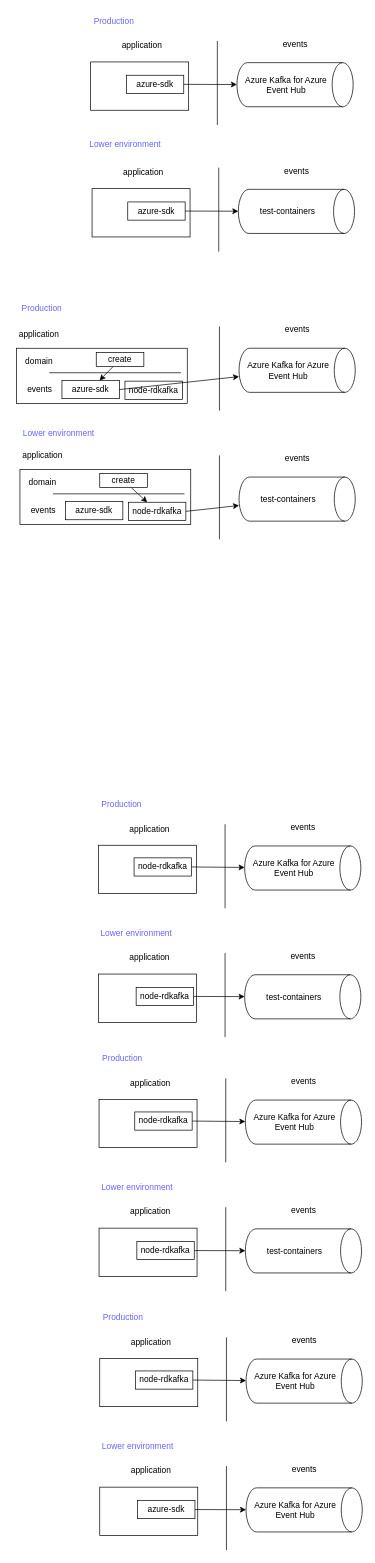
aljorhythm/azure-event-hub-kafka-indirection keeps this draw.io diagram as docs/approaches.drawio. Above is the earlier version. Source tidied: cells renumbered, new cells numbered last; positions are measured from the earlier drawing's top-left corner, leaving out a move shared by most shapes. Both pictures are drawn from the tidied source at 70%, with x=0, y=0 at pixel (12, 12).
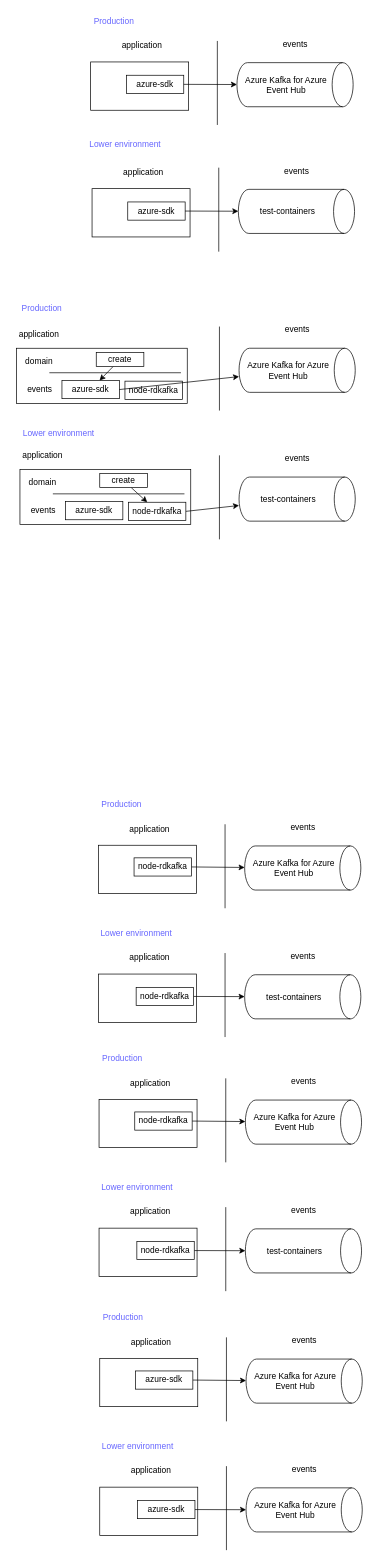
The same diagram, later.

What changed in the source:
```diff
@@
-    <mxCell id="91" value="node-rdkafka" style="whiteSpace=wrap;html=1;fontColor=#000000;" parent="1" vertex="1">
+    <mxCell id="91" value="azure-sdk" style="whiteSpace=wrap;html=1;fontColor=#000000;" parent="1" vertex="1">
       <mxGeometry x="176" y="1941" width="82" height="26" as="geometry" />
     </mxCell>
```
